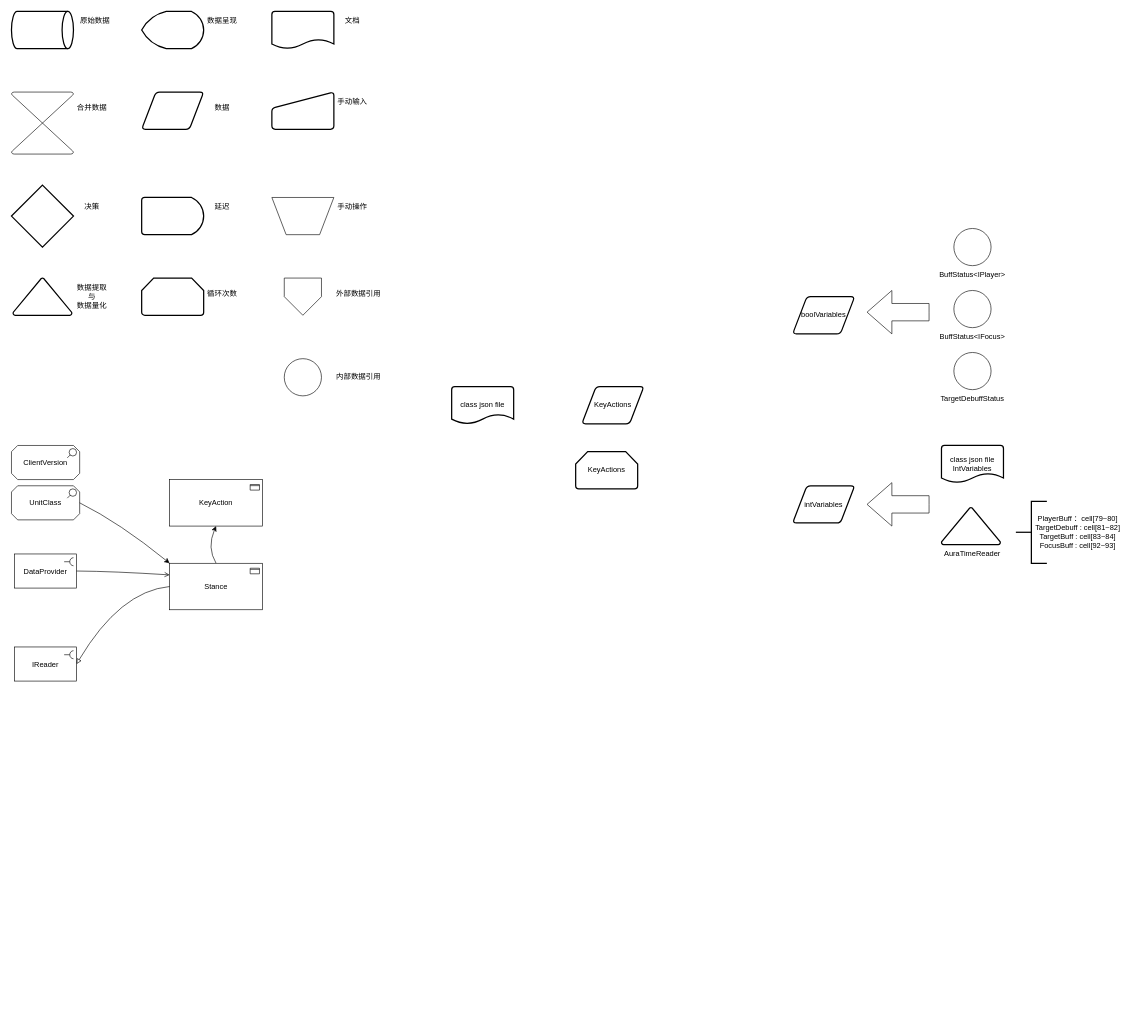
Before: Untitled Diagram.drawio in YannieCheung/ArchitectureDiagram, a draw.io diagram. Source tidied: cells renumbered, new cells numbered last; positions are measured from the earlier drawing's top-left corner, leaving out a move shared by most shapes. Both pictures are drawn from the tidied source at 62%, with x=0, y=0 at pixel (11, 11).
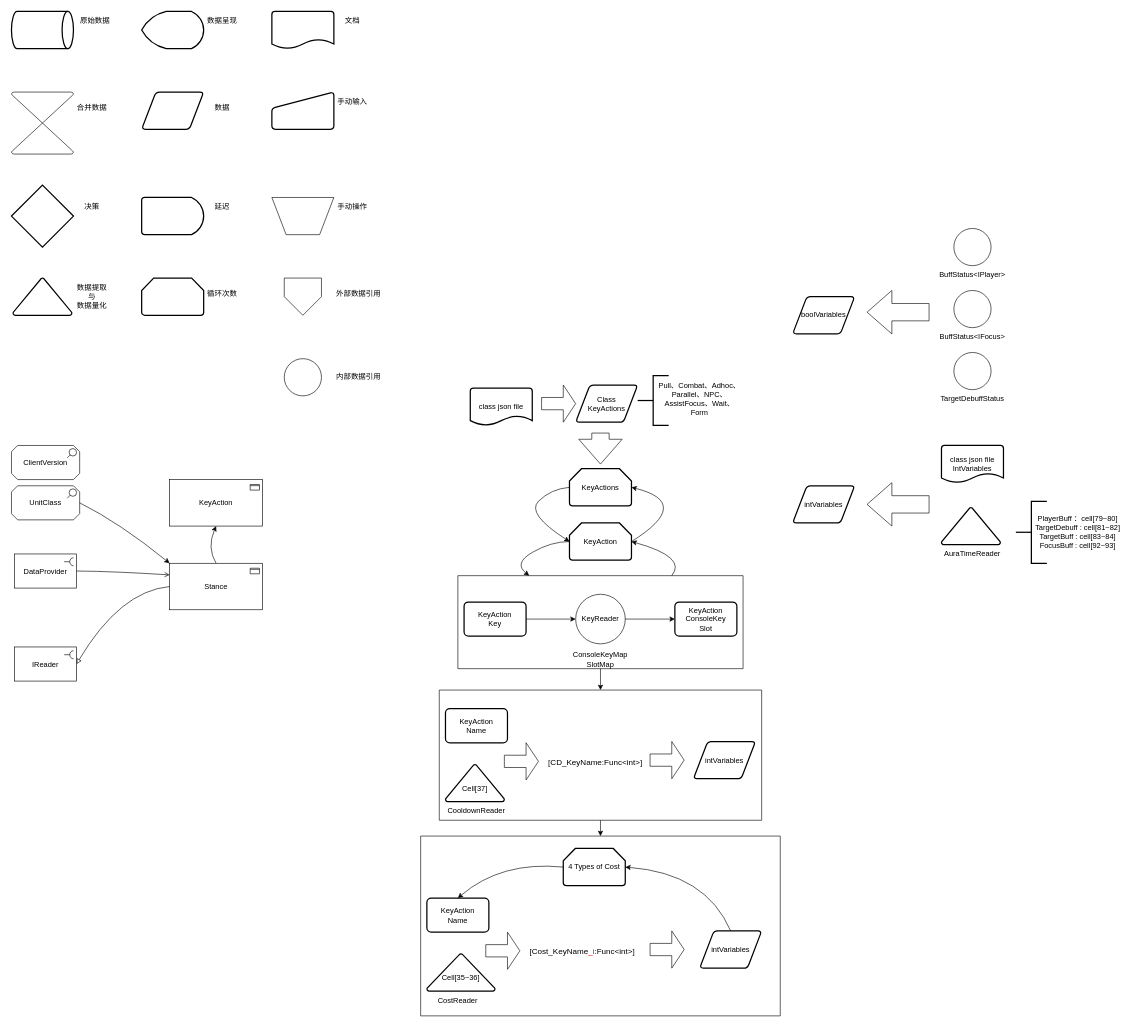
The same diagram, later.

What changed in the source:
```diff
@@
     <mxCell id="53" value="class json file" style="strokeWidth=2;html=1;shape=mxgraph.flowchart.document2;whiteSpace=wrap;size=0.25;" parent="1" vertex="1">
-      <mxGeometry x="710" y="605" width="100" height="60" as="geometry" />
+      <mxGeometry x="740" y="607.5" width="100" height="60" as="geometry" />
     </mxCell>
-    <mxCell id="54" value="KeyActions" style="shape=parallelogram;html=1;strokeWidth=2;perimeter=parallelogramPerimeter;whiteSpace=wrap;rounded=1;arcSize=12;size=0.23;" parent="1" vertex="1">
-      <mxGeometry x="920" y="605" width="100" height="60" as="geometry" />
+    <mxCell id="54" value="&lt;div&gt;Class&lt;/div&gt;KeyActions" style="shape=parallelogram;html=1;strokeWidth=2;perimeter=parallelogramPerimeter;whiteSpace=wrap;rounded=1;arcSize=12;size=0.23;" parent="1" vertex="1">
+      <mxGeometry x="910" y="602.5" width="100" height="60" as="geometry" />
     </mxCell>
     <mxCell id="55" value="KeyActions" style="strokeWidth=2;html=1;shape=mxgraph.flowchart.loop_limit;whiteSpace=wrap;" parent="1" vertex="1">
-      <mxGeometry x="910" y="710" width="100" height="60" as="geometry" />
+      <mxGeometry x="900" y="737.5" width="100" height="60" as="geometry" />
     </mxCell>
+    <mxCell id="56" style="strokeWidth=2;html=1;shape=mxgraph.flowchart.annotation_2;align=left;labelPosition=right;" parent="1" vertex="1">
+      <mxGeometry x="1010" y="587.5" width="50" height="80" as="geometry" />
+    </mxCell>
+    <mxCell id="57" value="Pull、Combat、Adhoc、Parallel、NPC、AssistFocus、Wait、Form" style="text;html=1;align=center;verticalAlign=middle;whiteSpace=wrap;rounded=0;" parent="1" vertex="1">
+      <mxGeometry x="1040" y="582.5" width="140" height="85" as="geometry" />
+    </mxCell>
+    <mxCell id="58" value="KeyAction" style="strokeWidth=2;html=1;shape=mxgraph.flowchart.loop_limit;whiteSpace=wrap;" parent="1" vertex="1">
+      <mxGeometry x="900" y="825" width="100" height="60" as="geometry" />
+    </mxCell>
+    <mxCell id="59" style="swimlane;startSize=0;" parent="1" vertex="1">
+      <mxGeometry x="720" y="910" width="460" height="150" as="geometry" />
+    </mxCell>
+    <mxCell id="60" value="KeyAction&lt;div&gt;Key&lt;/div&gt;" style="rounded=1;whiteSpace=wrap;html=1;absoluteArcSize=1;arcSize=14;strokeWidth=2;" parent="59" vertex="1">
+      <mxGeometry x="10" y="42.5" width="100" height="55" as="geometry" />
+    </mxCell>
+    <mxCell id="61" value="KeyReader" style="ellipse;whiteSpace=wrap;html=1;" parent="59" vertex="1">
+      <mxGeometry x="190" y="30" width="80" height="80" as="geometry" />
+    </mxCell>
+    <mxCell id="62" value="ConsoleKeyMap&lt;div&gt;&lt;div&gt;SlotMap&lt;/div&gt;&lt;/div&gt;" style="text;html=1;align=center;verticalAlign=middle;whiteSpace=wrap;rounded=0;" parent="59" vertex="1">
+      <mxGeometry x="200" y="120" width="60" height="30" as="geometry" />
+    </mxCell>
+    <mxCell id="63" value="KeyAction&lt;div&gt;ConsoleKey&lt;/div&gt;&lt;div&gt;Slot&lt;/div&gt;" style="rounded=1;whiteSpace=wrap;html=1;absoluteArcSize=1;arcSize=14;strokeWidth=2;" parent="59" vertex="1">
+      <mxGeometry x="350" y="42.5" width="100" height="55" as="geometry" />
+    </mxCell>
+    <mxCell id="64" style="endArrow=classic;html=1;rounded=0;exitX=1;exitY=0.5;exitDx=0;exitDy=0;entryX=0;entryY=0.5;entryDx=0;entryDy=0;" parent="59" edge="1" source="60" target="61">
+      <mxGeometry relative="1" as="geometry" />
+    </mxCell>
+    <mxCell id="65" style="endArrow=classic;html=1;rounded=0;exitX=1;exitY=0.5;exitDx=0;exitDy=0;entryX=0;entryY=0.5;entryDx=0;entryDy=0;" parent="59" edge="1" source="61" target="63">
+      <mxGeometry relative="1" as="geometry" />
+    </mxCell>
+    <mxCell id="66" style="swimlane;startSize=0;" parent="1" vertex="1">
+      <mxGeometry x="690" y="1094.5" width="520" height="210" as="geometry" />
+    </mxCell>
+    <mxCell id="67" value="KeyAction&lt;div&gt;Name&lt;/div&gt;" style="rounded=1;whiteSpace=wrap;html=1;absoluteArcSize=1;arcSize=14;strokeWidth=2;" parent="66" vertex="1">
+      <mxGeometry x="10" y="30" width="100" height="55" as="geometry" />
+    </mxCell>
+    <mxCell id="68" value="&lt;div&gt;&lt;br&gt;&lt;/div&gt;Cell[37]" style="strokeWidth=2;html=1;shape=mxgraph.flowchart.extract_or_measurement;whiteSpace=wrap;" parent="66" vertex="1">
+      <mxGeometry x="10" y="120" width="95" height="60" as="geometry" />
+    </mxCell>
+    <mxCell id="69" value="CooldownReader" style="text;html=1;align=center;verticalAlign=middle;whiteSpace=wrap;rounded=0;" parent="66" vertex="1">
+      <mxGeometry x="30" y="180" width="60" height="30" as="geometry" />
+    </mxCell>
+    <mxCell id="70" value="[CD_KeyName:Func&amp;lt;int&amp;gt;]" style="text;strokeColor=none;fillColor=none;align=left;verticalAlign=top;spacingLeft=4;spacingRight=4;overflow=hidden;whiteSpace=wrap;html=1;fontSize=13;" parent="66" vertex="1">
+      <mxGeometry x="170" y="102" width="170" height="26" as="geometry" />
+    </mxCell>
+    <mxCell id="71" value="intVariables" style="shape=parallelogram;html=1;strokeWidth=2;perimeter=parallelogramPerimeter;whiteSpace=wrap;rounded=1;arcSize=12;size=0.23;" parent="66" vertex="1">
+      <mxGeometry x="410" y="83" width="100" height="60" as="geometry" />
+    </mxCell>
+    <mxCell id="72" style="html=1;shadow=0;dashed=0;align=center;verticalAlign=middle;shape=mxgraph.arrows2.arrow;dy=0.67;dx=20;notch=0;" parent="66" vertex="1">
+      <mxGeometry x="105" y="85" width="55" height="60" as="geometry" />
+    </mxCell>
+    <mxCell id="73" style="html=1;shadow=0;dashed=0;align=center;verticalAlign=middle;shape=mxgraph.arrows2.arrow;dy=0.67;dx=20;notch=0;" parent="66" vertex="1">
+      <mxGeometry x="340" y="83" width="55" height="60" as="geometry" />
+    </mxCell>
+    <mxCell id="74" style="swimlane;startSize=0;" parent="1" vertex="1">
+      <mxGeometry x="660" y="1330" width="580" height="290" as="geometry" />
+    </mxCell>
+    <mxCell id="75" value="KeyAction&lt;div&gt;Name&lt;/div&gt;" style="rounded=1;whiteSpace=wrap;html=1;absoluteArcSize=1;arcSize=14;strokeWidth=2;" parent="74" vertex="1">
+      <mxGeometry x="10" y="100" width="100" height="55" as="geometry" />
+    </mxCell>
+    <mxCell id="76" value="&lt;div&gt;&lt;br&gt;&lt;/div&gt;Cell[35~36]" style="strokeWidth=2;html=1;shape=mxgraph.flowchart.extract_or_measurement;whiteSpace=wrap;" parent="74" vertex="1">
+      <mxGeometry x="10" y="190" width="110" height="60" as="geometry" />
+    </mxCell>
+    <mxCell id="77" value="CostReader" style="text;html=1;align=center;verticalAlign=middle;whiteSpace=wrap;rounded=0;" parent="74" vertex="1">
+      <mxGeometry x="30" y="250" width="60" height="30" as="geometry" />
+    </mxCell>
+    <mxCell id="78" value="[Cost_KeyName&lt;font color=&quot;#ff0000&quot;&gt;_i&lt;/font&gt;:Func&amp;lt;int&amp;gt;]" style="text;strokeColor=none;fillColor=none;align=left;verticalAlign=top;spacingLeft=4;spacingRight=4;overflow=hidden;whiteSpace=wrap;html=1;fontSize=13;" parent="74" vertex="1">
+      <mxGeometry x="170" y="172" width="180" height="26" as="geometry" />
+    </mxCell>
+    <mxCell id="79" value="intVariables" style="shape=parallelogram;html=1;strokeWidth=2;perimeter=parallelogramPerimeter;whiteSpace=wrap;rounded=1;arcSize=12;size=0.23;" parent="74" vertex="1">
+      <mxGeometry x="450" y="153" width="100" height="60" as="geometry" />
+    </mxCell>
+    <mxCell id="80" style="html=1;shadow=0;dashed=0;align=center;verticalAlign=middle;shape=mxgraph.arrows2.arrow;dy=0.67;dx=20;notch=0;" parent="74" vertex="1">
+      <mxGeometry x="105" y="155" width="55" height="60" as="geometry" />
+    </mxCell>
+    <mxCell id="81" style="html=1;shadow=0;dashed=0;align=center;verticalAlign=middle;shape=mxgraph.arrows2.arrow;dy=0.67;dx=20;notch=0;" parent="74" vertex="1">
+      <mxGeometry x="370" y="153" width="55" height="60" as="geometry" />
+    </mxCell>
+    <mxCell id="82" value="4 Types of Cost" style="strokeWidth=2;html=1;shape=mxgraph.flowchart.loop_limit;whiteSpace=wrap;" parent="74" vertex="1">
+      <mxGeometry x="230" y="20" width="100" height="60" as="geometry" />
+    </mxCell>
+    <mxCell id="83" style="curved=1;endArrow=classic;html=1;rounded=0;exitX=0;exitY=0.5;exitDx=0;exitDy=0;exitPerimeter=0;entryX=0.5;entryY=0;entryDx=0;entryDy=0;" parent="74" edge="1" source="82" target="75">
+      <mxGeometry relative="1" as="geometry">
+        <Array as="points">
+          <mxPoint x="130" y="40" />
+        </Array>
+      </mxGeometry>
+    </mxCell>
+    <mxCell id="84" style="curved=1;endArrow=classic;html=1;rounded=0;exitX=0.5;exitY=0;exitDx=0;exitDy=0;entryX=1;entryY=0.5;entryDx=0;entryDy=0;entryPerimeter=0;" parent="74" edge="1" source="79" target="82">
+      <mxGeometry relative="1" as="geometry">
+        <Array as="points">
+          <mxPoint x="460" y="60" />
+        </Array>
+      </mxGeometry>
+    </mxCell>
+    <mxCell id="85" style="endArrow=classic;html=1;rounded=0;exitX=0.5;exitY=1;exitDx=0;exitDy=0;entryX=0.5;entryY=0;entryDx=0;entryDy=0;" parent="1" edge="1" source="59" target="66">
+      <mxGeometry relative="1" as="geometry" />
+    </mxCell>
+    <mxCell id="86" style="endArrow=classic;html=1;rounded=0;exitX=0.5;exitY=1;exitDx=0;exitDy=0;entryX=0.5;entryY=0;entryDx=0;entryDy=0;" parent="1" edge="1" source="66" target="74">
+      <mxGeometry relative="1" as="geometry" />
+    </mxCell>
+    <mxCell id="87" style="curved=1;endArrow=classic;html=1;rounded=0;exitX=0;exitY=0.5;exitDx=0;exitDy=0;exitPerimeter=0;entryX=0.25;entryY=0;entryDx=0;entryDy=0;" parent="1" edge="1" source="58" target="59">
+      <mxGeometry relative="1" as="geometry">
+        <Array as="points">
+          <mxPoint x="870" y="855" />
+          <mxPoint x="810" y="890" />
+        </Array>
+      </mxGeometry>
+    </mxCell>
+    <mxCell id="88" style="curved=1;endArrow=classic;html=1;rounded=0;exitX=0.75;exitY=0;exitDx=0;exitDy=0;entryX=1;entryY=0.5;entryDx=0;entryDy=0;entryPerimeter=0;" parent="1" edge="1" source="59" target="58">
+      <mxGeometry relative="1" as="geometry">
+        <Array as="points">
+          <mxPoint x="1090" y="880" />
+        </Array>
+      </mxGeometry>
+    </mxCell>
+    <mxCell id="89" style="curved=1;endArrow=classic;html=1;rounded=0;exitX=1;exitY=0.5;exitDx=0;exitDy=0;entryX=1;entryY=0.5;entryDx=0;entryDy=0;entryPerimeter=0;exitPerimeter=0;" parent="1" edge="1" source="58" target="55">
+      <mxGeometry relative="1" as="geometry">
+        <Array as="points">
+          <mxPoint x="1100" y="792.5" />
+        </Array>
+      </mxGeometry>
+    </mxCell>
+    <mxCell id="90" style="curved=1;endArrow=classic;html=1;rounded=0;exitX=0;exitY=0.5;exitDx=0;exitDy=0;exitPerimeter=0;entryX=0;entryY=0.5;entryDx=0;entryDy=0;entryPerimeter=0;" parent="1" edge="1" source="55" target="58">
+      <mxGeometry relative="1" as="geometry">
+        <Array as="points">
+          <mxPoint x="870" y="770" />
+          <mxPoint x="830" y="810" />
+        </Array>
+      </mxGeometry>
+    </mxCell>
+    <mxCell id="91" style="html=1;shadow=0;dashed=0;align=center;verticalAlign=middle;shape=mxgraph.arrows2.arrow;dy=0.6;dx=40;direction=south;notch=0;" parent="1" vertex="1">
+      <mxGeometry x="915" y="680" width="70" height="50" as="geometry" />
+    </mxCell>
+    <mxCell id="92" style="html=1;shadow=0;dashed=0;align=center;verticalAlign=middle;shape=mxgraph.arrows2.arrow;dy=0.67;dx=20;notch=0;" parent="1" vertex="1">
+      <mxGeometry x="855" y="602.5" width="55" height="60" as="geometry" />
+    </mxCell>
```
